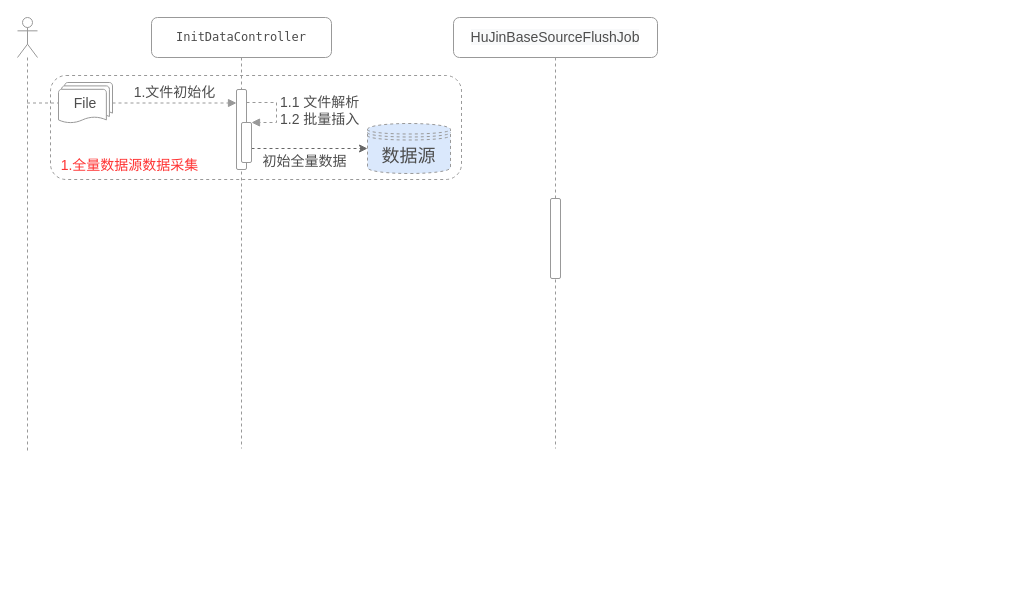
Above: page "互金协会流程" (5 of 5) of new.drawio in githubzhouwen/hello-world (draw.io), before the change. Source tidied: cells renumbered, new cells numbered last; positions are measured from the earlier drawing's top-left corner, leaving out a move shared by most shapes. Both pictures are drawn from the tidied source at 100%, with x=0, y=0 at pixel (17, 17).
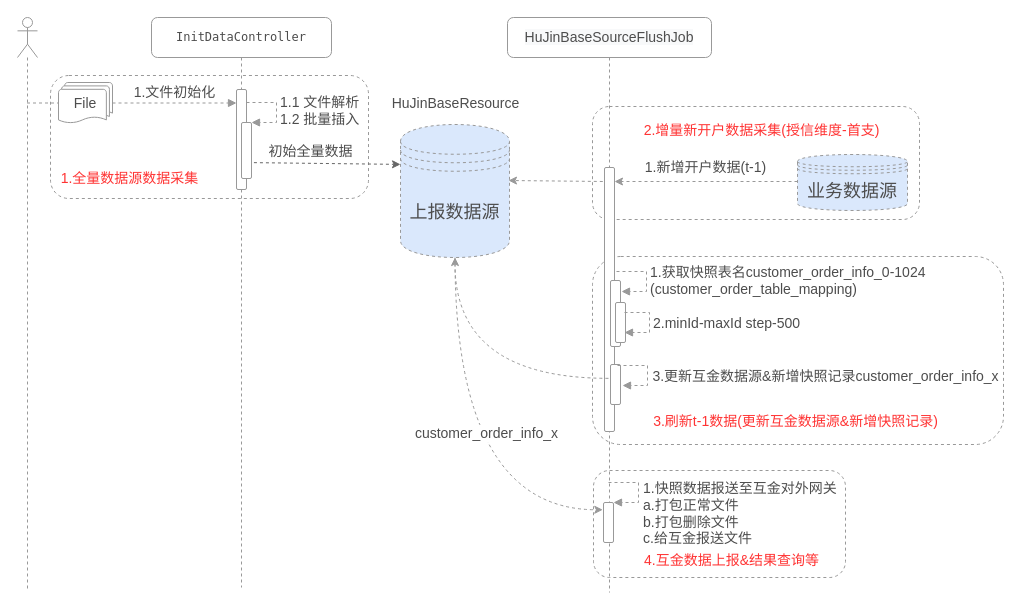
The same page after the edit.

Change to the diagram source:
```diff
@@
+    <mxCell id="17" style="rounded=1;whiteSpace=wrap;html=1;fontSize=14;strokeColor=#999999;strokeWidth=1;align=center;dashed=1;fontColor=#4D4D4D;" parent="1" vertex="1">
+      <mxGeometry x="576" y="453" width="252" height="107" as="geometry" />
+    </mxCell>
+    <mxCell id="18" style="rounded=1;whiteSpace=wrap;html=1;fontSize=14;strokeColor=#999999;strokeWidth=1;align=center;dashed=1;fontColor=#4D4D4D;" parent="1" vertex="1">
+      <mxGeometry x="575" y="239" width="411" height="188" as="geometry" />
+    </mxCell>
+    <mxCell id="19" style="rounded=1;whiteSpace=wrap;html=1;fontSize=14;strokeColor=#999999;strokeWidth=1;align=center;dashed=1;fontColor=#4D4D4D;" parent="1" vertex="1">
+      <mxGeometry x="575" y="89" width="327" height="113" as="geometry" />
+    </mxCell>
     <mxCell id="2" style="rounded=1;whiteSpace=wrap;html=1;fontSize=14;strokeColor=#999999;strokeWidth=1;align=center;dashed=1;fontColor=#4D4D4D;" parent="1" vertex="1">
-      <mxGeometry x="33" y="58" width="411" height="104" as="geometry" />
+      <mxGeometry x="33" y="58" width="318" height="123" as="geometry" />
     </mxCell>
     <mxCell id="3" value="&lt;pre style=&quot;background-color: rgb(255, 255, 255); font-family: menlo; font-size: 9pt;&quot;&gt;InitDataController&lt;/pre&gt;" style="shape=umlLifeline;perimeter=lifelinePerimeter;whiteSpace=wrap;html=1;rounded=1;fontSize=14;strokeColor=#999999;strokeWidth=1;align=center;fontColor=#4D4D4D;" parent="1" vertex="1">
-      <mxGeometry x="134" width="180" height="431" as="geometry" />
+      <mxGeometry x="134" width="180" height="570" as="geometry" />
     </mxCell>
@@
     <mxCell id="5" style="shape=umlLifeline;participant=umlActor;perimeter=lifelinePerimeter;whiteSpace=wrap;html=1;verticalAlign=top;spacingTop=36;outlineConnect=0;rounded=1;fontSize=14;strokeColor=#999999;strokeWidth=1;align=center;fontColor=#4D4D4D;" parent="1" vertex="1">
-      <mxGeometry width="20" height="436" as="geometry" />
+      <mxGeometry width="20" height="572" as="geometry" />
     </mxCell>
@@
     <mxCell id="7" style="html=1;points=[];perimeter=orthogonalPerimeter;rounded=1;fontSize=14;strokeColor=#999999;strokeWidth=1;align=center;fontColor=#4D4D4D;" parent="1" vertex="1">
-      <mxGeometry x="219" y="72" width="10" height="80" as="geometry" />
+      <mxGeometry x="219" y="72" width="10" height="100" as="geometry" />
     </mxCell>
@@
-    <mxCell id="9" style="edgeStyle=none;rounded=0;jettySize=auto;html=1;dashed=1;fontSize=14;fontColor=#FF3333;startArrow=none;startFill=0;endArrow=classic;endFill=1;strokeColor=#666666;entryX=0;entryY=0.5;entryDx=0;entryDy=0;" parent="1" edge="1" source="11" target="14">
+    <mxCell id="9" style="edgeStyle=none;rounded=0;jettySize=auto;html=1;dashed=1;fontSize=14;fontColor=#FF3333;startArrow=none;startFill=0;endArrow=classic;endFill=1;strokeColor=#666666;entryX=0;entryY=0.3;entryDx=0;entryDy=0;exitX=1.243;exitY=0.717;exitDx=0;exitDy=0;exitPerimeter=0;" parent="1" edge="1" source="11" target="14">
       <mxGeometry relative="1" as="geometry" />
     </mxCell>
     <mxCell id="10" value="初始全量数据" style="edgeLabel;html=1;align=center;verticalAlign=middle;fontSize=14;fontColor=#4D4D4D;" parent="9" vertex="1">
       <mxGeometry x="-0.32" relative="1" as="geometry">
-        <mxPoint x="13" y="12" as="offset" />
+        <mxPoint x="6" y="-12" as="offset" />
       </mxGeometry>
     </mxCell>
     <mxCell id="11" style="html=1;points=[];perimeter=orthogonalPerimeter;rounded=1;fontSize=14;strokeColor=#999999;strokeWidth=1;align=center;fontColor=#4D4D4D;" parent="1" vertex="1">
-      <mxGeometry x="224" y="105" width="10" height="40" as="geometry" />
+      <mxGeometry x="224" y="105" width="10" height="56" as="geometry" />
     </mxCell>
@@
     <mxCell id="13" value="1.全量数据源数据采集" style="text;html=1;align=center;verticalAlign=middle;strokeColor=none;fontSize=14;fontColor=#FF3333;" parent="1" vertex="1">
-      <mxGeometry x="38" y="137" width="148" height="21" as="geometry" />
+      <mxGeometry x="38" y="150" width="148" height="21" as="geometry" />
     </mxCell>
+    <mxCell id="20" style="edgeStyle=orthogonalEdgeStyle;rounded=0;jettySize=auto;html=0;dashed=1;fontSize=14;fontColor=#4D4D4D;startArrow=none;startFill=0;endArrow=classic;endFill=1;strokeColor=#999999;entryX=-0.071;entryY=0.182;entryDx=0;entryDy=0;entryPerimeter=0;exitX=0.5;exitY=1;exitDx=0;exitDy=0;curved=1;" parent="1" edge="1" source="14" target="37">
+      <mxGeometry relative="1" as="geometry" />
+    </mxCell>
+    <mxCell id="21" value="customer_order_info_x" style="edgeLabel;html=1;align=center;verticalAlign=middle;fontSize=14;fontColor=#4D4D4D;" parent="20" vertex="1">
+      <mxGeometry x="-0.12" y="31" relative="1" as="geometry">
+        <mxPoint y="-1" as="offset" />
+      </mxGeometry>
+    </mxCell>
-    <mxCell id="14" value="数据源" style="shape=datastore;whiteSpace=wrap;html=1;rounded=1;strokeWidth=1;fillColor=#dae8fc;fontSize=18;align=center;verticalAlign=middle;strokeColor=#999999;fontColor=#4D4D4D;dashed=1;" parent="1" vertex="1">
-      <mxGeometry x="350" y="106" width="83" height="50" as="geometry" />
+    <mxCell id="14" value="上报数据源" style="shape=datastore;whiteSpace=wrap;html=1;rounded=1;strokeWidth=1;fillColor=#dae8fc;fontSize=18;align=center;verticalAlign=middle;strokeColor=#999999;fontColor=#4D4D4D;dashed=1;" parent="1" vertex="1">
+      <mxGeometry x="383" y="107" width="109" height="133" as="geometry" />
     </mxCell>
     <mxCell id="15" value="&lt;pre style=&quot;background-color: rgb(255 , 255 , 255) ; font-family: &amp;quot;menlo&amp;quot; ; font-size: 9pt&quot;&gt;&lt;span style=&quot;font-family: &amp;quot;helvetica&amp;quot; ; font-size: 14px ; background-color: rgb(248 , 249 , 250)&quot;&gt;HuJinBaseSourceFlushJob&lt;/span&gt;&lt;br&gt;&lt;/pre&gt;" style="shape=umlLifeline;perimeter=lifelinePerimeter;whiteSpace=wrap;html=1;rounded=1;fontSize=14;strokeColor=#999999;strokeWidth=1;align=center;fontColor=#4D4D4D;" parent="1" vertex="1">
-      <mxGeometry x="436" width="204" height="431" as="geometry" />
+      <mxGeometry x="490" width="204" height="575" as="geometry" />
     </mxCell>
+    <mxCell id="22" style="rounded=0;orthogonalLoop=1;jettySize=auto;html=0;dashed=1;fontSize=14;fontColor=#4D4D4D;startArrow=none;startFill=0;endArrow=classic;endFill=1;strokeColor=#999999;exitX=-0.171;exitY=0.07;exitDx=0;exitDy=0;exitPerimeter=0;" parent="1" edge="1">
+      <mxGeometry relative="1" as="geometry">
+        <mxPoint x="585.3" y="164" as="sourcePoint" />
+        <mxPoint x="491" y="163" as="targetPoint" />
+      </mxGeometry>
+    </mxCell>
     <mxCell id="16" style="html=1;perimeter=orthogonalPerimeter;rounded=1;fontSize=14;strokeColor=#999999;strokeWidth=1;align=center;fontColor=#4D4D4D;" parent="1" vertex="1">
-      <mxGeometry x="533" y="181" width="10" height="80" as="geometry" />
+      <mxGeometry x="587" y="150" width="10" height="264" as="geometry" />
     </mxCell>
+    <mxCell id="23" style="edgeStyle=none;rounded=0;orthogonalLoop=1;jettySize=auto;html=1;dashed=1;fontSize=14;fontColor=#4D4D4D;startArrow=none;startFill=0;endArrow=classic;endFill=1;strokeColor=#999999;" parent="1" edge="1">
+      <mxGeometry relative="1" as="geometry">
+        <mxPoint x="780" y="164" as="sourcePoint" />
+        <mxPoint x="597" y="164" as="targetPoint" />
+      </mxGeometry>
+    </mxCell>
+    <mxCell id="24" value="业务数据源" style="shape=datastore;whiteSpace=wrap;html=1;rounded=1;strokeWidth=1;fillColor=#dae8fc;fontSize=18;align=center;verticalAlign=middle;strokeColor=#999999;fontColor=#4D4D4D;dashed=1;" parent="1" vertex="1">
+      <mxGeometry x="780" y="137" width="110" height="56" as="geometry" />
+    </mxCell>
+    <mxCell id="25" value="1.新增开户数据(t-1)" style="text;html=1;align=center;verticalAlign=middle;strokeColor=none;fontSize=14;fontColor=#4D4D4D;" parent="1" vertex="1">
+      <mxGeometry x="622" y="139" width="131" height="21" as="geometry" />
+    </mxCell>
+    <mxCell id="26" style="html=1;perimeter=orthogonalPerimeter;rounded=1;fontSize=14;fontColor=#4D4D4D;strokeColor=#999999;strokeWidth=1;gradientColor=none;align=center;" parent="1" vertex="1">
+      <mxGeometry x="593" y="263" width="10" height="66" as="geometry" />
+    </mxCell>
+    <mxCell id="27" value="1.获取快照表名customer_order_info_0-1024&#10;(customer_order_table_mapping)" style="edgeStyle=orthogonalEdgeStyle;align=left;spacingLeft=2;endArrow=block;rounded=0;entryX=1;entryY=0;dashed=1;fontSize=14;fontColor=#4D4D4D;strokeColor=#999999;" parent="1" edge="1">
+      <mxGeometry relative="1" as="geometry">
+        <mxPoint x="599" y="254" as="sourcePoint" />
+        <mxPoint x="604" y="274" as="targetPoint" />
+        <Array as="points">
+          <mxPoint x="629" y="254" />
+        </Array>
+      </mxGeometry>
+    </mxCell>
+    <mxCell id="28" style="html=1;perimeter=orthogonalPerimeter;rounded=1;fontSize=14;fontColor=#4D4D4D;strokeColor=#999999;strokeWidth=1;gradientColor=none;align=center;" parent="1" vertex="1">
+      <mxGeometry x="598" y="285" width="10" height="40" as="geometry" />
+    </mxCell>
+    <mxCell id="29" value="2.minId-maxId step-500" style="edgeStyle=orthogonalEdgeStyle;align=left;spacingLeft=2;endArrow=block;rounded=0;entryX=1;entryY=0;dashed=1;fontSize=14;fontColor=#4D4D4D;strokeColor=#999999;" parent="1" edge="1">
+      <mxGeometry relative="1" as="geometry">
+        <mxPoint x="607" y="295" as="sourcePoint" />
+        <mxPoint x="607" y="315" as="targetPoint" />
+        <Array as="points">
+          <mxPoint x="632" y="295" />
+        </Array>
+      </mxGeometry>
+    </mxCell>
+    <mxCell id="30" value="HuJinBaseResource" style="text;html=1;align=center;verticalAlign=middle;strokeColor=none;fontSize=14;fontColor=#4D4D4D;" parent="1" vertex="1">
+      <mxGeometry x="368.5" y="75" width="138" height="21" as="geometry" />
+    </mxCell>
+    <mxCell id="31" value="2.增量新开户数据采集(授信维度-首支)" style="text;html=1;align=center;verticalAlign=middle;strokeColor=none;fontSize=14;fontColor=#FF3333;" parent="1" vertex="1">
+      <mxGeometry x="621" y="102" width="246" height="21" as="geometry" />
+    </mxCell>
+    <mxCell id="32" style="edgeStyle=orthogonalEdgeStyle;rounded=0;jettySize=auto;html=0;dashed=1;fontSize=14;fontColor=#4D4D4D;startArrow=none;startFill=0;endArrow=classic;endFill=1;strokeColor=#999999;entryX=0.5;entryY=1;entryDx=0;entryDy=0;exitX=-0.2;exitY=0.346;exitDx=0;exitDy=0;exitPerimeter=0;curved=1;" parent="1" edge="1" source="33" target="14">
+      <mxGeometry relative="1" as="geometry" />
+    </mxCell>
+    <mxCell id="33" style="html=1;points=[];perimeter=orthogonalPerimeter;rounded=1;fontSize=14;fontColor=#4D4D4D;strokeColor=#999999;strokeWidth=1;gradientColor=none;align=center;" parent="1" vertex="1">
+      <mxGeometry x="593" y="347" width="10" height="40" as="geometry" />
+    </mxCell>
+    <mxCell id="34" value="&lt;pre style=&quot;color: rgb(0 , 0 , 0) ; font-family: &amp;#34;menlo&amp;#34; ; font-size: 9pt&quot;&gt;&lt;br&gt;&lt;/pre&gt;" style="edgeStyle=orthogonalEdgeStyle;html=1;align=left;spacingLeft=2;endArrow=block;rounded=0;entryX=1;entryY=0;dashed=1;fontSize=14;fontColor=#4D4D4D;strokeColor=#999999;" parent="1" edge="1">
+      <mxGeometry relative="1" as="geometry">
+        <mxPoint x="600" y="348" as="sourcePoint" />
+        <mxPoint x="605" y="368" as="targetPoint" />
+        <Array as="points">
+          <mxPoint x="630" y="348" />
+        </Array>
+      </mxGeometry>
+    </mxCell>
+    <mxCell id="35" value="3.更新互金数据源&amp;新增快照记录customer_order_info_x" style="edgeLabel;align=center;verticalAlign=middle;fontSize=14;fontColor=#4D4D4D;" parent="34" vertex="1">
+      <mxGeometry x="0.15" y="1" relative="1" as="geometry">
+        <mxPoint x="177" y="-4" as="offset" />
+      </mxGeometry>
+    </mxCell>
+    <mxCell id="36" value="3.刷新t-1数据(更新互金数据源&amp;amp;新增快照记录)" style="text;html=1;align=center;verticalAlign=middle;strokeColor=none;fontSize=14;fontColor=#FF3333;" parent="1" vertex="1">
+      <mxGeometry x="630" y="393" width="295" height="21" as="geometry" />
+    </mxCell>
+    <mxCell id="37" style="html=1;points=[];perimeter=orthogonalPerimeter;rounded=1;fontSize=14;fontColor=#4D4D4D;strokeColor=#999999;strokeWidth=1;gradientColor=none;align=center;" parent="1" vertex="1">
+      <mxGeometry x="586" y="485" width="10" height="40" as="geometry" />
+    </mxCell>
+    <mxCell id="38" value="&lt;span style=&quot;text-align: center ; background-color: rgb(248 , 249 , 250)&quot;&gt;&lt;br&gt;&lt;/span&gt;" style="edgeStyle=orthogonalEdgeStyle;html=1;align=left;spacingLeft=2;endArrow=block;rounded=0;entryX=1;entryY=0;dashed=1;fontSize=14;fontColor=#4D4D4D;strokeColor=#999999;" parent="1" edge="1" target="37">
+      <mxGeometry x="0.33" y="-13" relative="1" as="geometry">
+        <mxPoint x="591" y="465" as="sourcePoint" />
+        <Array as="points">
+          <mxPoint x="621" y="465" />
+        </Array>
+        <mxPoint x="13" y="13" as="offset" />
+      </mxGeometry>
+    </mxCell>
+    <mxCell id="39" value="1.快照数据报送至互金对外网关&lt;br&gt;a.打包正常文件&lt;br&gt;b.打包删除文件&lt;br&gt;c.给互金报送文件" style="text;html=1;align=left;verticalAlign=middle;strokeColor=none;fontSize=14;fontColor=#4D4D4D;" parent="1" vertex="1">
+      <mxGeometry x="624" y="460" width="204" height="72" as="geometry" />
+    </mxCell>
+    <mxCell id="40" value="4.互金数据上报&amp;amp;结果查询等" style="text;html=1;align=center;verticalAlign=middle;strokeColor=none;fontSize=14;fontColor=#FF3333;" parent="1" vertex="1">
+      <mxGeometry x="621" y="532" width="185" height="21" as="geometry" />
+    </mxCell>
```
